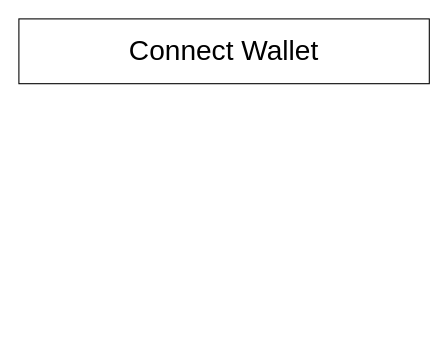
absarkannur/daap keeps this draw.io diagram as wireframe/Untitled Diagram.drawio. Above is the earlier version. Source tidied: cells renumbered, new cells numbered last; positions are measured from the earlier drawing's top-left corner, leaving out a move shared by most shapes. Both pictures are drawn from the tidied source at 108%, with x=0, y=0 at pixel (18, 18).
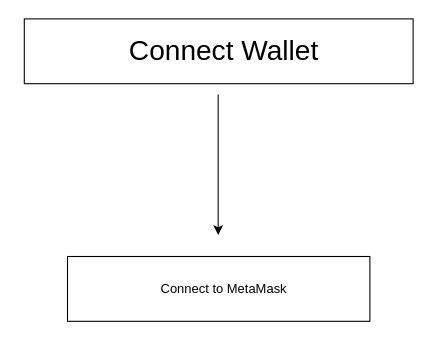
After the change.

Diff of the diagram source:
```diff
@@
 <mxGraphModel>
   <root>
     <mxCell id="0" />
     <mxCell id="1" parent="0" />
     <mxCell id="2" style="rounded=0;whiteSpace=wrap;html=1;" parent="1" vertex="1">
-      <mxGeometry width="380" height="60" as="geometry" />
+      <mxGeometry x="5" width="360" height="60" as="geometry" />
     </mxCell>
     <mxCell id="3" value="&lt;font style=&quot;font-size: 26px;&quot;&gt;Connect Wallet&lt;/font&gt;" style="text;html=1;align=center;verticalAlign=middle;whiteSpace=wrap;rounded=0;" parent="1" vertex="1">
       <mxGeometry x="25" y="15" width="330" height="30" as="geometry" />
     </mxCell>
+    <mxCell id="4" style="endArrow=classic;html=1;rounded=0;" parent="1" edge="1">
+      <mxGeometry relative="1" as="geometry">
+        <mxPoint x="184.5" y="70" as="sourcePoint" />
+        <mxPoint x="184.5" y="200" as="targetPoint" />
+        <Array as="points">
+          <mxPoint x="184.5" y="200" />
+        </Array>
+      </mxGeometry>
+    </mxCell>
+    <mxCell id="5" style="rounded=0;whiteSpace=wrap;html=1;" parent="1" vertex="1">
+      <mxGeometry x="45" y="220" width="280" height="60" as="geometry" />
+    </mxCell>
+    <mxCell id="6" value="Connect to MetaMask" style="text;html=1;align=center;verticalAlign=middle;whiteSpace=wrap;rounded=0;" parent="1" vertex="1">
+      <mxGeometry x="65" y="230" width="250" height="40" as="geometry" />
+    </mxCell>
   </root>
 </mxGraphModel>
```
